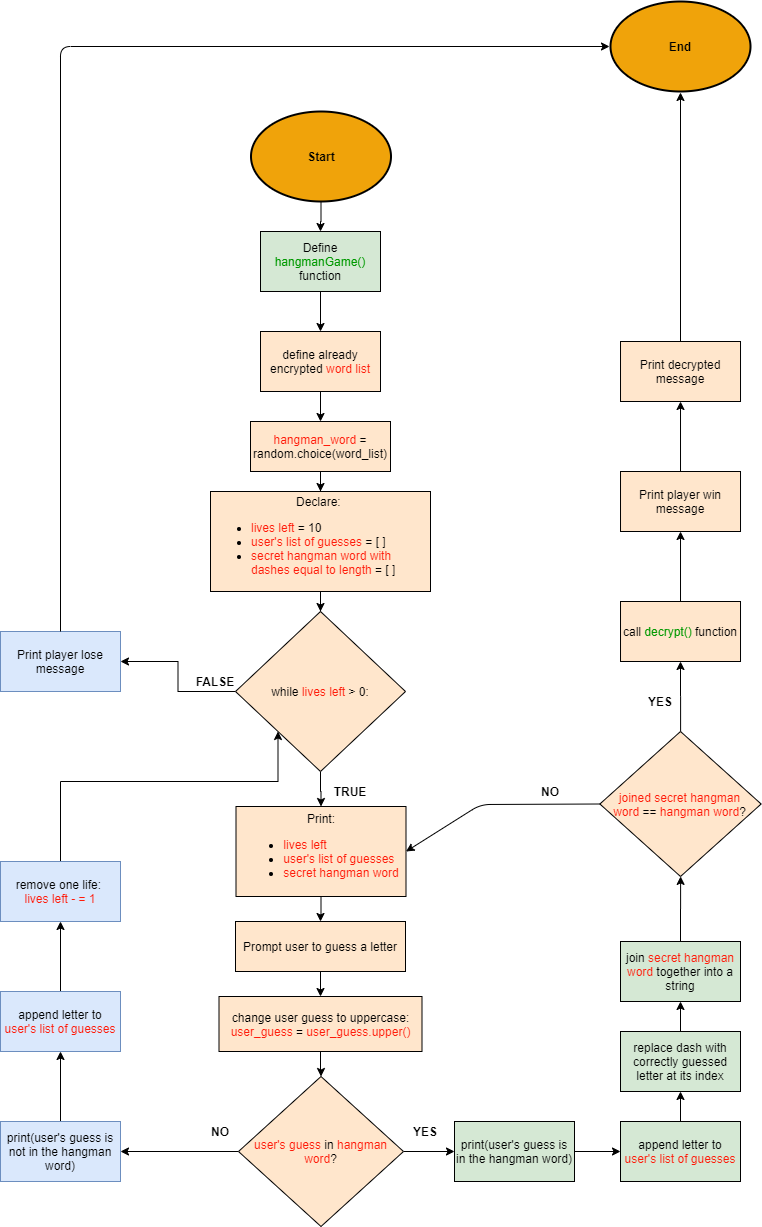
Before: hangmangame.png, a diagram exported from draw.io (lisalynn7/hangman-and-decryption). Source tidied: cells renumbered, new cells last; positions are measured from the earlier drawing's top-left corner, leaving out a move shared by most shapes.
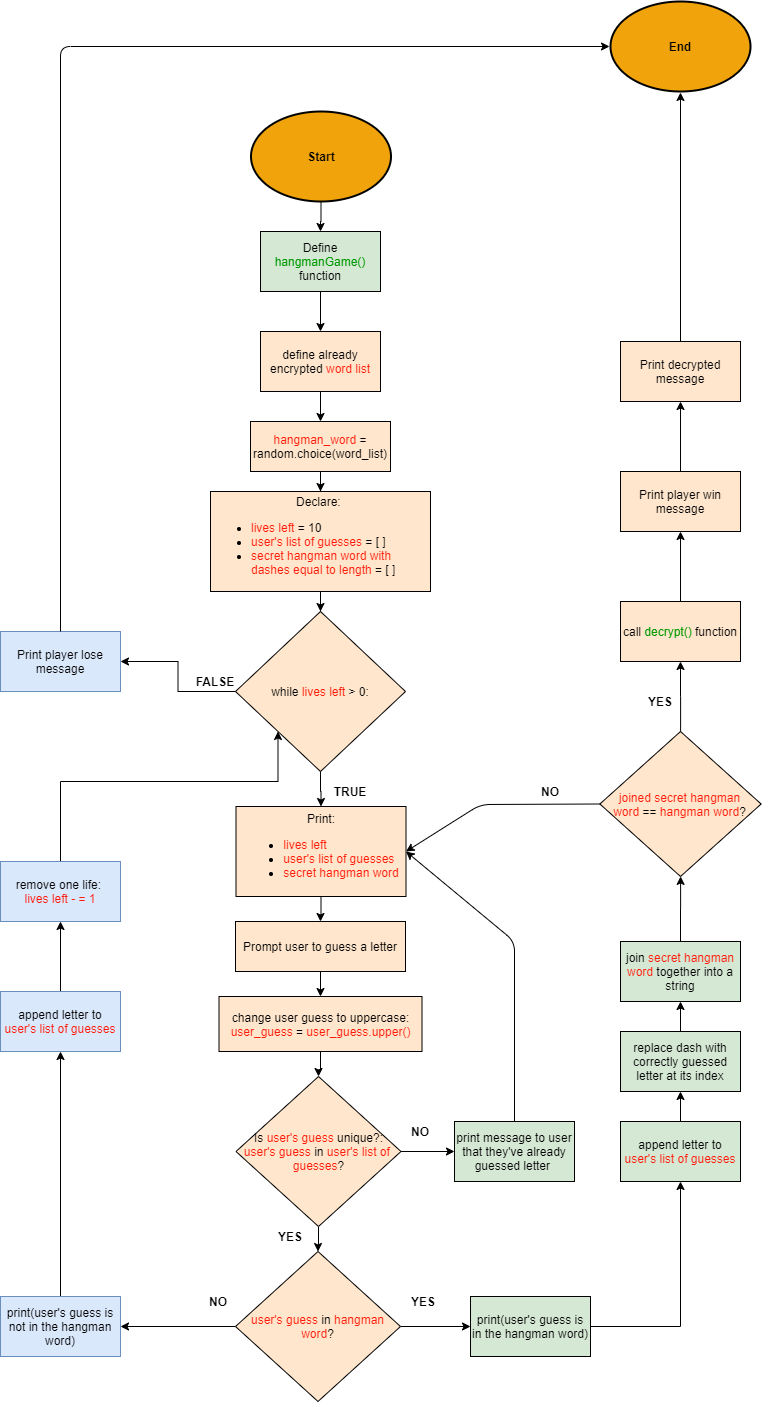
The same file after the commit.

Change to the diagram source:
```diff
@@ -33,13 +33,13 @@
       <mxGeometry relative="1" as="geometry" />
     </mxCell>
     <mxCell id="12" value="&lt;font color=&quot;#ff1b0a&quot;&gt;user's guess&lt;/font&gt;&amp;nbsp;in &lt;font color=&quot;#ff1b0a&quot;&gt;hangman word&lt;/font&gt;?" style="rhombus;whiteSpace=wrap;html=1;rounded=0;fillColor=#ffe6cc;strokeWidth=1;" parent="1" vertex="1">
-      <mxGeometry x="238" y="1075" width="165" height="150" as="geometry" />
+      <mxGeometry x="235" y="1250" width="165" height="150" as="geometry" />
     </mxCell>
     <mxCell id="13" value="NO" style="text;html=1;strokeColor=none;fillColor=none;align=center;verticalAlign=middle;whiteSpace=wrap;rounded=0;fontStyle=1;" parent="1" vertex="1">
-      <mxGeometry x="200" y="1120" width="40" height="20" as="geometry" />
+      <mxGeometry x="197.5" y="1290" width="40" height="20" as="geometry" />
     </mxCell>
     <mxCell id="14" value="YES" style="text;html=1;strokeColor=none;fillColor=none;align=center;verticalAlign=middle;whiteSpace=wrap;rounded=0;fontStyle=1;" parent="1" vertex="1">
-      <mxGeometry x="405" y="1120" width="40" height="20" as="geometry" />
+      <mxGeometry x="402.5" y="1290" width="40" height="20" as="geometry" />
     </mxCell>
     <mxCell id="15" style="edgeStyle=orthogonalEdgeStyle;rounded=0;jettySize=auto;html=1;" parent="1" edge="1" source="16" target="50">
       <mxGeometry relative="1" as="geometry" />
@@ -51,7 +51,7 @@
       <mxGeometry relative="1" as="geometry" />
     </mxCell>
     <mxCell id="18" value="print(user's guess is in the hangman word)" style="whiteSpace=wrap;html=1;rounded=0;fillColor=#d5e8d4;strokeWidth=1;" parent="1" vertex="1">
-      <mxGeometry x="454" y="1120" width="120" height="60" as="geometry" />
+      <mxGeometry x="470" y="1295" width="120" height="60" as="geometry" />
     </mxCell>
     <mxCell id="19" style="edgeStyle=orthogonalEdgeStyle;rounded=0;jettySize=auto;html=1;" parent="1" edge="1" source="20" target="22">
       <mxGeometry relative="1" as="geometry" />
@@ -81,7 +81,7 @@
       <mxGeometry relative="1" as="geometry" />
     </mxCell>
     <mxCell id="28" value="print(user's guess is not in the hangman word)" style="whiteSpace=wrap;html=1;rounded=0;fillColor=#dae8fc;strokeWidth=1;strokeColor=#6c8ebf;" parent="1" vertex="1">
-      <mxGeometry y="1120" width="120" height="60" as="geometry" />
+      <mxGeometry y="1295" width="120" height="60" as="geometry" />
     </mxCell>
     <mxCell id="29" style="edgeStyle=orthogonalEdgeStyle;rounded=0;jettySize=auto;html=1;" parent="1" edge="1" source="30" target="32">
       <mxGeometry relative="1" as="geometry" />
@@ -171,11 +171,36 @@
         </Array>
       </mxGeometry>
     </mxCell>
-    <mxCell id="54" style="edgeStyle=orthogonalEdgeStyle;rounded=0;jettySize=auto;html=1;" parent="1" edge="1" source="55" target="12">
-      <mxGeometry relative="1" as="geometry" />
-    </mxCell>
+    <mxCell id="56" style="edgeStyle=orthogonalEdgeStyle;rounded=0;jettySize=auto;html=1;" parent="1" edge="1" source="55" target="59">
+      <mxGeometry relative="1" as="geometry" />
+    </mxCell>
     <mxCell id="55" value="change user guess to uppercase:&lt;br&gt;&lt;font color=&quot;#ff1b0a&quot;&gt;user_guess &lt;/font&gt;=&lt;font color=&quot;#ff1b0a&quot;&gt; user_guess.upper()&lt;/font&gt;" style="rounded=0;whiteSpace=wrap;html=1;fillColor=#ffe6cc;strokeWidth=1;" parent="1" vertex="1">
       <mxGeometry x="218.5" y="995" width="203" height="55" as="geometry" />
     </mxCell>
+    <mxCell id="57" style="edgeStyle=orthogonalEdgeStyle;rounded=0;jettySize=auto;html=1;" parent="1" edge="1" source="59" target="12">
+      <mxGeometry relative="1" as="geometry" />
+    </mxCell>
+    <mxCell id="58" style="edgeStyle=orthogonalEdgeStyle;rounded=0;jettySize=auto;html=1;" parent="1" edge="1" source="59" target="61">
+      <mxGeometry relative="1" as="geometry" />
+    </mxCell>
+    <mxCell id="59" value="Is&amp;nbsp;&lt;font color=&quot;#ff1b0a&quot;&gt;user's guess&lt;/font&gt;&amp;nbsp;unique?:&lt;br&gt;&lt;font color=&quot;#ff1b0a&quot;&gt;user's guess &lt;/font&gt;in&lt;font color=&quot;#ff1b0a&quot;&gt;&amp;nbsp;user's list of&amp;nbsp; guesses&lt;/font&gt;?" style="rhombus;whiteSpace=wrap;html=1;rounded=0;fillColor=#ffe6cc;strokeWidth=1;" parent="1" vertex="1">
+      <mxGeometry x="235.5" y="1075" width="165" height="150" as="geometry" />
+    </mxCell>
+    <mxCell id="60" value="&lt;b&gt;YES&lt;/b&gt;" style="text;html=1;strokeColor=none;fillColor=none;align=center;verticalAlign=middle;whiteSpace=wrap;rounded=0;" parent="1" vertex="1">
+      <mxGeometry x="270" y="1225" width="40" height="20" as="geometry" />
+    </mxCell>
+    <mxCell id="61" value="print message to user that they've already guessed letter&amp;nbsp;" style="whiteSpace=wrap;html=1;rounded=0;fillColor=#d5e8d4;strokeWidth=1;" parent="1" vertex="1">
+      <mxGeometry x="454" y="1120" width="120" height="60" as="geometry" />
+    </mxCell>
+    <mxCell id="62" value="&lt;b&gt;NO&lt;/b&gt;" style="text;html=1;strokeColor=none;fillColor=none;align=center;verticalAlign=middle;whiteSpace=wrap;rounded=0;" parent="1" vertex="1">
+      <mxGeometry x="400" y="1120" width="40" height="20" as="geometry" />
+    </mxCell>
+    <mxCell id="63" style="endArrow=classic;html=1;exitX=0.5;exitY=0;exitDx=0;exitDy=0;entryX=1;entryY=0.5;entryDx=0;entryDy=0;" parent="1" edge="1" source="61" target="24">
+      <mxGeometry relative="1" as="geometry">
+        <Array as="points">
+          <mxPoint x="514" y="940" />
+        </Array>
+      </mxGeometry>
+    </mxCell>
   </root>
 </mxGraphModel>
```
